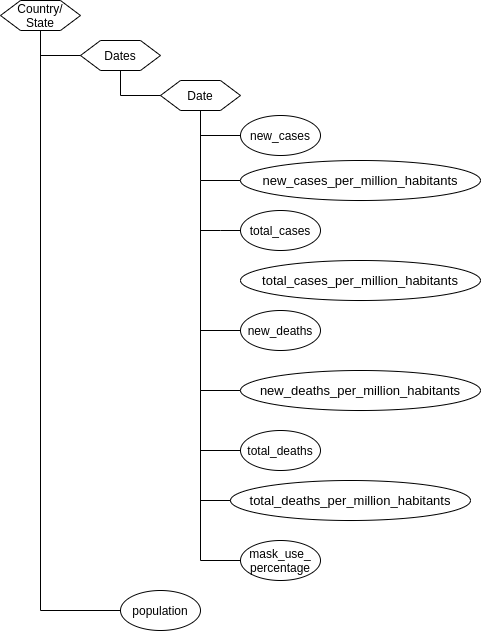
vinidantas98/MC536-Trabalho-Final keeps this draw.io diagram as final/assets/modelo-logico-hierarquico.png. Above is the earlier version. Source tidied: cells renumbered, new cells last; positions are measured from the earlier drawing's top-left corner, leaving out a move shared by most shapes.
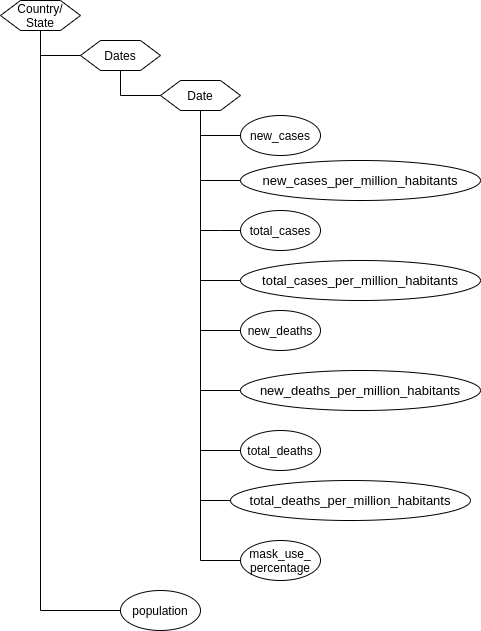
Above is the later version.

Commit message:
Correcao Modelo Hierarquico

The edit, as a diff of the source:
```diff
@@ -132,5 +132,10 @@
         </Array>
       </mxGeometry>
     </mxCell>
+    <mxCell id="26" style="endArrow=none;html=1;rounded=0;entryX=0;entryY=0.5;entryDx=0;entryDy=0;" parent="1" edge="1" target="21">
+      <mxGeometry relative="1" as="geometry">
+        <mxPoint x="200" y="280" as="sourcePoint" />
+      </mxGeometry>
+    </mxCell>
   </root>
 </mxGraphModel>
```
